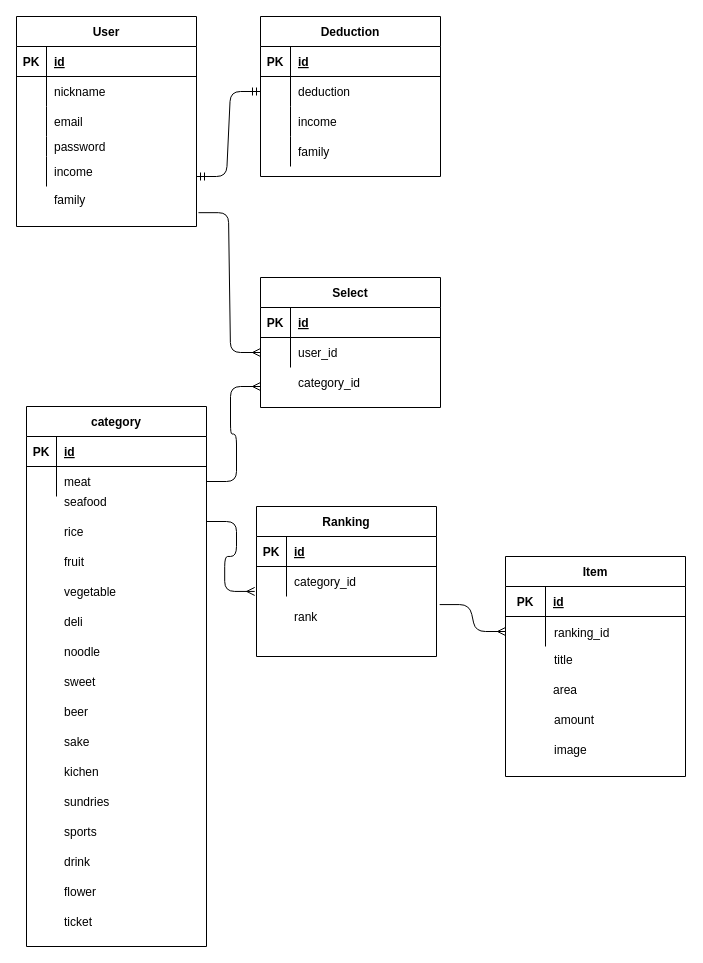
Above: page "ページ1" (1 of 2) of Untitled Diagram.drawio in kojikoji00/furusele-app (draw.io), before the change. Source tidied: cells renumbered, new cells numbered last; positions are measured from the earlier drawing's top-left corner, leaving out a move shared by most shapes. Both pictures are drawn from the tidied source at 100%, with x=0, y=0 at pixel (16, 16).
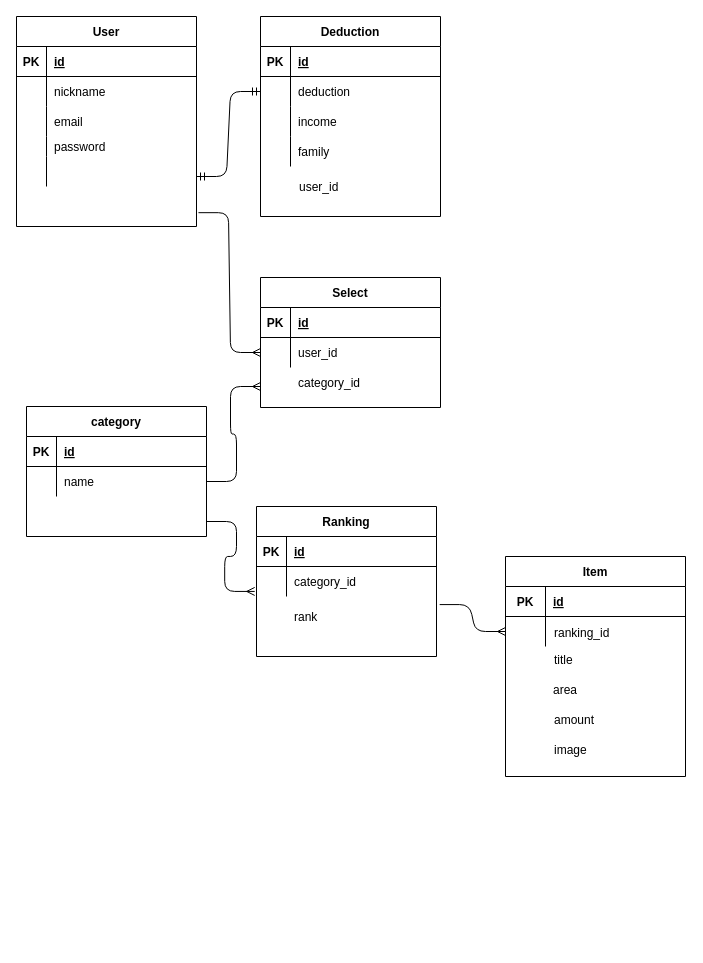
After the change.

Commit message:
Untitled Diagram.drawio を更新します

The change refers to these unchanged cells:
```xml
<mxCell id="15" style="shape=partialRectangle;fillColor=none;top=0;left=0;bottom=0;right=0;points=[[0,0.5],[1,0.5]];portConstraint=eastwest;" parent="11" vertex="1">
  <mxGeometry y="60" width="180" height="30" as="geometry" />
</mxCell>
<mxCell id="47" style="shape=partialRectangle;fillColor=none;top=0;left=0;bottom=0;right=0;" parent="34" vertex="1">
  <mxGeometry y="140" width="180" height="30" as="geometry" />
</mxCell>
<mxCell id="50" style="shape=partialRectangle;fillColor=none;top=0;left=0;bottom=0;right=0;points=[[0,0.5],[1,0.5]];portConstraint=eastwest;" parent="33" vertex="1">
  <mxGeometry y="173" width="180" height="20" as="geometry" />
</mxCell>
```

The edit, as a diff of the source:
```diff
@@
     <mxCell id="10" style="group;" parent="1" vertex="1">
-      <mxGeometry x="10" y="390" width="180" height="540" as="geometry" />
+      <mxGeometry x="10" y="390" width="180" height="130" as="geometry" />
     </mxCell>
     <mxCell id="11" value="category" style="shape=table;startSize=30;childLayout=tableLayout;rowLines=0;fontStyle=1;align=center;" parent="10" vertex="1">
-      <mxGeometry width="180" height="540" as="geometry" />
+      <mxGeometry width="180" height="130" as="geometry" />
     </mxCell>
@@
-    <mxCell id="17" value="meat" style="shape=partialRectangle;fillColor=none;top=0;left=0;bottom=0;right=0;align=left;spacingLeft=6;overflow=hidden;" parent="15" vertex="1">
+    <mxCell id="17" value="name" style="shape=partialRectangle;fillColor=none;top=0;left=0;bottom=0;right=0;align=left;spacingLeft=6;overflow=hidden;" parent="15" vertex="1">
       <mxGeometry x="30" width="150" height="30" as="geometry" />
     </mxCell>
-    <mxCell id="18" value="seafood" style="shape=partialRectangle;fillColor=none;top=0;left=0;bottom=0;right=0;align=left;spacingLeft=6;overflow=hidden;" parent="10" vertex="1">
-      <mxGeometry x="30" y="80" width="150" height="30" as="geometry" />
-    </mxCell>
-    <mxCell id="19" value="rice" style="shape=partialRectangle;fillColor=none;top=0;left=0;bottom=0;right=0;align=left;spacingLeft=6;overflow=hidden;" parent="10" vertex="1">
-      <mxGeometry x="30" y="110" width="150" height="30" as="geometry" />
-    </mxCell>
-    <mxCell id="20" value="fruit" style="shape=partialRectangle;fillColor=none;top=0;left=0;bottom=0;right=0;align=left;spacingLeft=6;overflow=hidden;" parent="10" vertex="1">
-      <mxGeometry x="30" y="140" width="150" height="30" as="geometry" />
-    </mxCell>
-    <mxCell id="21" value="vegetable" style="shape=partialRectangle;fillColor=none;top=0;left=0;bottom=0;right=0;align=left;spacingLeft=6;overflow=hidden;" parent="10" vertex="1">
-      <mxGeometry x="30" y="170" width="150" height="30" as="geometry" />
-    </mxCell>
-    <mxCell id="22" value="noodle" style="shape=partialRectangle;fillColor=none;top=0;left=0;bottom=0;right=0;align=left;spacingLeft=6;overflow=hidden;" parent="10" vertex="1">
-      <mxGeometry x="30" y="230" width="150" height="30" as="geometry" />
-    </mxCell>
-    <mxCell id="23" value="sweet" style="shape=partialRectangle;fillColor=none;top=0;left=0;bottom=0;right=0;align=left;spacingLeft=6;overflow=hidden;" parent="10" vertex="1">
-      <mxGeometry x="30" y="260" width="150" height="30" as="geometry" />
-    </mxCell>
-    <mxCell id="24" value="sake" style="shape=partialRectangle;fillColor=none;top=0;left=0;bottom=0;right=0;align=left;spacingLeft=6;overflow=hidden;" parent="10" vertex="1">
-      <mxGeometry x="30" y="320" width="150" height="30" as="geometry" />
-    </mxCell>
-    <mxCell id="25" value="kichen" style="shape=partialRectangle;fillColor=none;top=0;left=0;bottom=0;right=0;align=left;spacingLeft=6;overflow=hidden;" parent="10" vertex="1">
-      <mxGeometry x="30" y="350" width="150" height="30" as="geometry" />
-    </mxCell>
-    <mxCell id="26" value="sundries" style="shape=partialRectangle;fillColor=none;top=0;left=0;bottom=0;right=0;align=left;spacingLeft=6;overflow=hidden;" parent="10" vertex="1">
-      <mxGeometry x="30" y="380" width="150" height="30" as="geometry" />
-    </mxCell>
-    <mxCell id="27" value="sports" style="shape=partialRectangle;fillColor=none;top=0;left=0;bottom=0;right=0;align=left;spacingLeft=6;overflow=hidden;" parent="10" vertex="1">
-      <mxGeometry x="30" y="410" width="150" height="30" as="geometry" />
-    </mxCell>
-    <mxCell id="28" value="drink" style="shape=partialRectangle;fillColor=none;top=0;left=0;bottom=0;right=0;align=left;spacingLeft=6;overflow=hidden;" parent="10" vertex="1">
-      <mxGeometry x="30" y="440" width="150" height="30" as="geometry" />
-    </mxCell>
-    <mxCell id="29" value="flower" style="shape=partialRectangle;fillColor=none;top=0;left=0;bottom=0;right=0;align=left;spacingLeft=6;overflow=hidden;" parent="10" vertex="1">
-      <mxGeometry x="30" y="470" width="150" height="30" as="geometry" />
-    </mxCell>
-    <mxCell id="30" value="ticket" style="shape=partialRectangle;fillColor=none;top=0;left=0;bottom=0;right=0;align=left;spacingLeft=6;overflow=hidden;" parent="10" vertex="1">
-      <mxGeometry x="30" y="500" width="150" height="30" as="geometry" />
-    </mxCell>
-    <mxCell id="31" value="beer" style="shape=partialRectangle;fillColor=none;top=0;left=0;bottom=0;right=0;align=left;spacingLeft=6;overflow=hidden;" parent="10" vertex="1">
-      <mxGeometry x="30" y="290" width="150" height="30" as="geometry" />
-    </mxCell>
-    <mxCell id="32" value="deli" style="shape=partialRectangle;fillColor=none;top=0;left=0;bottom=0;right=0;align=left;spacingLeft=6;overflow=hidden;" parent="10" vertex="1">
-      <mxGeometry x="30" y="200" width="150" height="30" as="geometry" />
-    </mxCell>
@@
-    <mxCell id="49" value="income" style="shape=partialRectangle;fillColor=none;top=0;left=0;bottom=0;right=0;align=left;spacingLeft=6;overflow=hidden;" parent="47" vertex="1">
+    <mxCell id="49" style="shape=partialRectangle;fillColor=none;top=0;left=0;bottom=0;right=0;align=left;spacingLeft=6;overflow=hidden;" parent="47" vertex="1">
       <mxGeometry x="30" width="150" height="30" as="geometry" />
     </mxCell>
@@
-    <mxCell id="52" value="family" style="shape=partialRectangle;fillColor=none;top=0;left=0;bottom=0;right=0;align=left;spacingLeft=6;overflow=hidden;" parent="50" vertex="1">
+    <mxCell id="52" style="shape=partialRectangle;fillColor=none;top=0;left=0;bottom=0;right=0;align=left;spacingLeft=6;overflow=hidden;" parent="50" vertex="1">
       <mxGeometry x="30" width="150" height="20" as="geometry" />
     </mxCell>
@@
     <mxCell id="85" value="Deduction" style="shape=table;startSize=30;childLayout=tableLayout;rowLines=0;fontStyle=1;align=center;" parent="1" vertex="1">
-      <mxGeometry x="244" width="180" height="160" as="geometry" />
+      <mxGeometry x="244" width="180" height="200" as="geometry" />
     </mxCell>
@@
+    <mxCell id="102" style="shape=partialRectangle;fillColor=none;top=0;left=0;bottom=0;right=0;" parent="1" vertex="1">
+      <mxGeometry x="245" y="155" width="180" height="30" as="geometry" />
+    </mxCell>
+    <mxCell id="103" style="shape=partialRectangle;fillColor=none;top=0;left=0;bottom=0;right=0;overflow=hidden;" parent="102" vertex="1">
+      <mxGeometry width="30" height="30" as="geometry" />
+    </mxCell>
+    <mxCell id="104" value="user_id" style="shape=partialRectangle;fillColor=none;top=0;left=0;bottom=0;right=0;align=left;spacingLeft=6;overflow=hidden;" parent="102" vertex="1">
+      <mxGeometry x="30" width="150" height="30" as="geometry" />
+    </mxCell>
```
